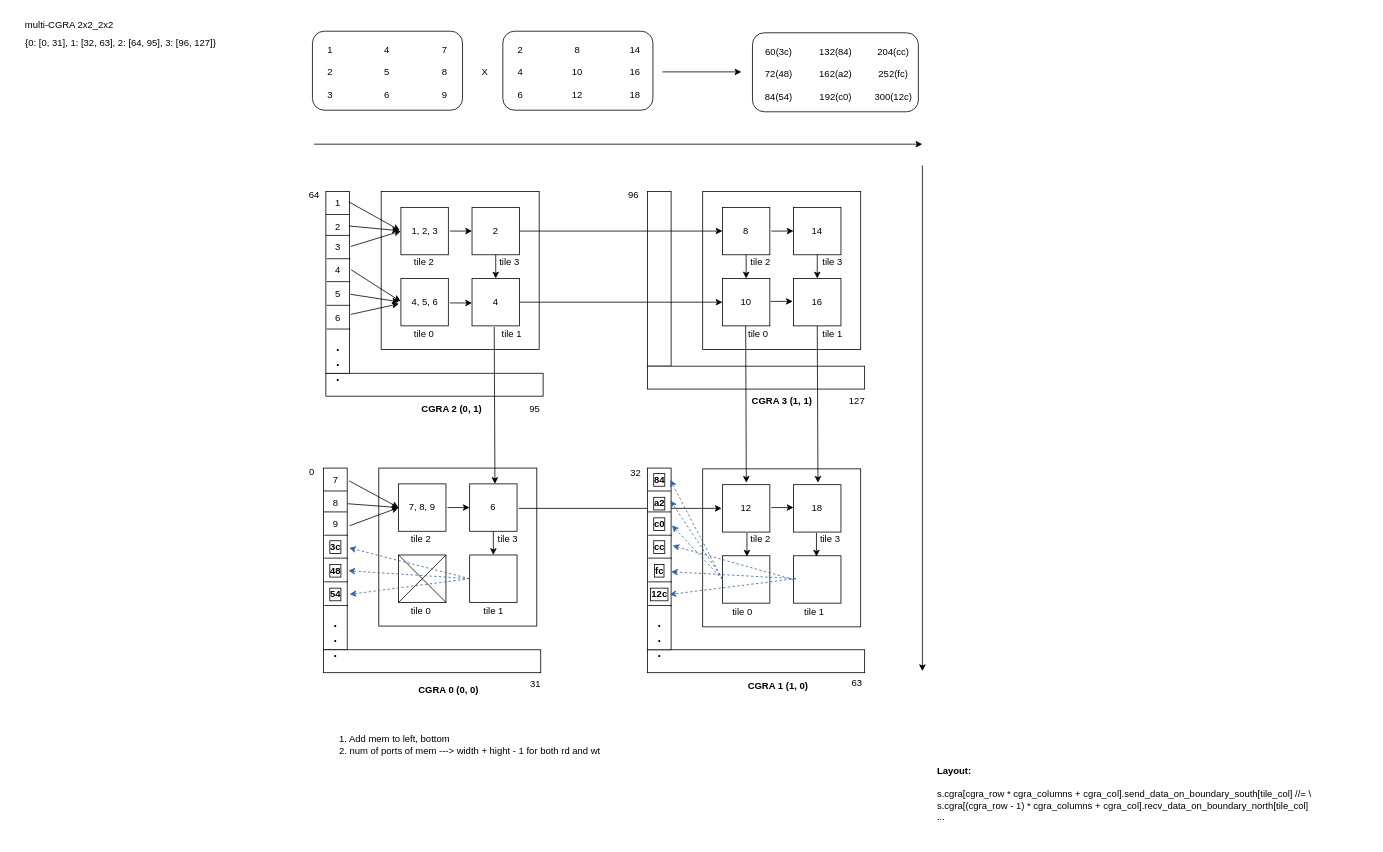
Earlier version of the draw.io diagram page "multi-CGRA systolic" (7 of 8) of Untitled Diagram.drawio (yuqisun/notes). Source tidied: cells renumbered, new cells numbered last; positions are measured from the earlier drawing's top-left corner, leaving out a move shared by most shapes. Both pictures are drawn from the tidied source at 79%, with x=0, y=0 at pixel (13, 13).
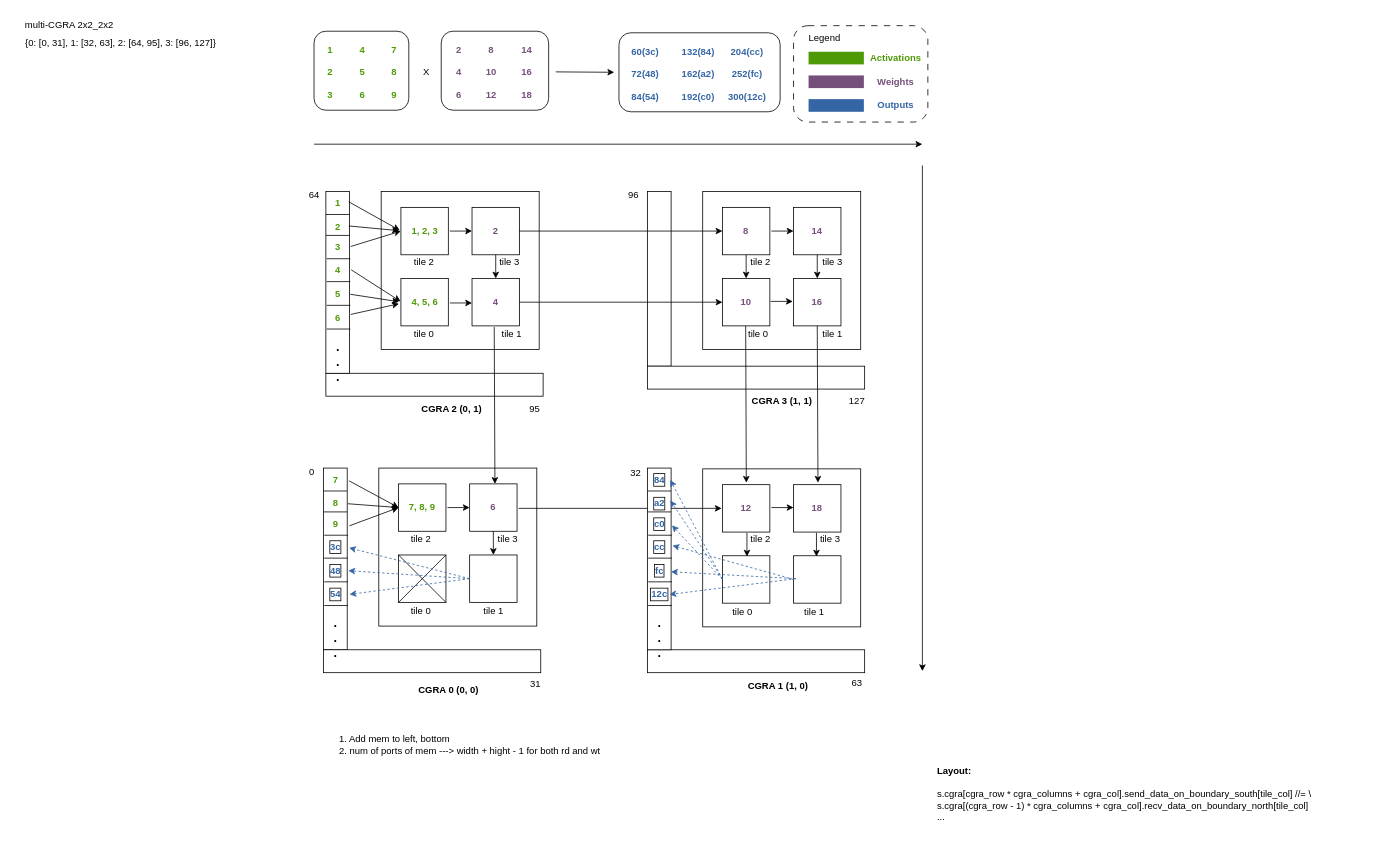
The same diagram, later.

Change to the diagram source:
```diff
@@
     <mxCell id="2" style="rounded=1;whiteSpace=wrap;html=1;" parent="1" vertex="1">
-      <mxGeometry x="378" y="22" width="190" height="100" as="geometry" />
+      <mxGeometry x="380" y="22" width="120" height="100" as="geometry" />
     </mxCell>
@@
-    <mxCell id="8" value="7, 8, 9" style="whiteSpace=wrap;html=1;" parent="1" vertex="1">
+    <mxCell id="8" value="7, 8, 9" style="whiteSpace=wrap;html=1;fontStyle=1;fontColor=light-dark(#4e9a06, #ededed);" parent="1" vertex="1">
       <mxGeometry x="487" y="595" width="60" height="60" as="geometry" />
     </mxCell>
-    <mxCell id="9" value="6" style="whiteSpace=wrap;html=1;" parent="1" vertex="1">
+    <mxCell id="9" value="6" style="whiteSpace=wrap;html=1;fontStyle=1;fontColor=light-dark(#75507b, #ededed);" parent="1" vertex="1">
       <mxGeometry x="577" y="595" width="60" height="60" as="geometry" />
     </mxCell>
@@
-    <mxCell id="14" value="2" style="whiteSpace=wrap;html=1;" parent="1" vertex="1">
+    <mxCell id="14" value="2" style="whiteSpace=wrap;html=1;fontStyle=1;fontColor=light-dark(#75507b, #ededed);" parent="1" vertex="1">
       <mxGeometry x="580" y="245" width="60" height="60" as="geometry" />
     </mxCell>
@@
-    <mxCell id="16" value="4" style="whiteSpace=wrap;html=1;" parent="1" vertex="1">
+    <mxCell id="16" value="4" style="whiteSpace=wrap;html=1;fontStyle=1;fontColor=light-dark(#75507b, #ededed);" parent="1" vertex="1">
       <mxGeometry x="580" y="335" width="60" height="60" as="geometry" />
     </mxCell>
@@
-    <mxCell id="18" value="12" style="whiteSpace=wrap;html=1;" parent="1" vertex="1">
+    <mxCell id="18" value="12" style="whiteSpace=wrap;html=1;fontStyle=1;fontColor=light-dark(#75507b, #ededed);" parent="1" vertex="1">
       <mxGeometry x="897" y="596" width="60" height="60" as="geometry" />
     </mxCell>
-    <mxCell id="19" value="18" style="whiteSpace=wrap;html=1;" parent="1" vertex="1">
+    <mxCell id="19" value="18" style="whiteSpace=wrap;html=1;fontStyle=1;fontColor=light-dark(#75507b, #ededed);" parent="1" vertex="1">
       <mxGeometry x="987" y="596" width="60" height="60" as="geometry" />
     </mxCell>
@@
-    <mxCell id="24" value="8" style="whiteSpace=wrap;html=1;" parent="1" vertex="1">
+    <mxCell id="24" value="8" style="whiteSpace=wrap;html=1;fontStyle=1;fontColor=light-dark(#75507b, #ededed);" parent="1" vertex="1">
       <mxGeometry x="897" y="245" width="60" height="60" as="geometry" />
     </mxCell>
-    <mxCell id="25" value="14" style="whiteSpace=wrap;html=1;" parent="1" vertex="1">
+    <mxCell id="25" value="14" style="whiteSpace=wrap;html=1;fontStyle=1;fontColor=light-dark(#75507b, #ededed);" parent="1" vertex="1">
       <mxGeometry x="987" y="245" width="60" height="60" as="geometry" />
     </mxCell>
-    <mxCell id="26" value="10" style="whiteSpace=wrap;html=1;" parent="1" vertex="1">
+    <mxCell id="26" value="10" style="whiteSpace=wrap;html=1;fontStyle=1;fontColor=light-dark(#75507b, #ededed);" parent="1" vertex="1">
       <mxGeometry x="897" y="335" width="60" height="60" as="geometry" />
     </mxCell>
-    <mxCell id="27" value="16" style="whiteSpace=wrap;html=1;" parent="1" vertex="1">
+    <mxCell id="27" value="16" style="whiteSpace=wrap;html=1;fontStyle=1;fontColor=light-dark(#75507b, #ededed);" parent="1" vertex="1">
       <mxGeometry x="987" y="335" width="60" height="60" as="geometry" />
     </mxCell>
@@
-    <mxCell id="55" value="4, 5, 6" style="text;html=1;align=center;verticalAlign=middle;points=[];strokeColor=none;fillColor=none;" parent="1" vertex="1">
+    <mxCell id="55" value="4, 5, 6" style="text;html=1;align=center;verticalAlign=middle;points=[];strokeColor=none;fillColor=none;fontStyle=1;fontColor=light-dark(#4e9a06, #ededed);" parent="1" vertex="1">
       <mxGeometry x="490" y="350" width="60" height="30" as="geometry" />
     </mxCell>
-    <mxCell id="56" value="1, 2, 3" style="text;html=1;align=center;verticalAlign=middle;points=[];strokeColor=none;fillColor=none;" parent="1" vertex="1">
+    <mxCell id="56" value="1, 2, 3" style="text;html=1;align=center;verticalAlign=middle;points=[];strokeColor=none;fillColor=none;fontStyle=1;fontColor=light-dark(#4e9a06, #ededed);" parent="1" vertex="1">
       <mxGeometry x="490" y="260" width="60" height="30" as="geometry" />
     </mxCell>
@@
-    <mxCell id="58" value="1&lt;div&gt;&lt;br&gt;&lt;/div&gt;&lt;div&gt;2&lt;/div&gt;&lt;div&gt;&lt;br&gt;&lt;/div&gt;&lt;div&gt;3&lt;/div&gt;" style="text;html=1;align=center;verticalAlign=middle;strokeColor=none;fillColor=none;" parent="1" vertex="1">
+    <mxCell id="58" value="1&lt;div&gt;&lt;br&gt;&lt;/div&gt;&lt;div&gt;2&lt;/div&gt;&lt;div&gt;&lt;br&gt;&lt;/div&gt;&lt;div&gt;3&lt;/div&gt;" style="text;html=1;align=center;verticalAlign=middle;strokeColor=none;fillColor=none;fontStyle=1;fontColor=light-dark(#4e9a06, #ededed);" parent="1" vertex="1">
       <mxGeometry x="385" y="29" width="30" height="90" as="geometry" />
     </mxCell>
-    <mxCell id="59" value="4&lt;div&gt;&lt;br&gt;&lt;/div&gt;&lt;div&gt;5&lt;/div&gt;&lt;div&gt;&lt;br&gt;&lt;/div&gt;&lt;div&gt;6&lt;/div&gt;" style="text;html=1;align=center;verticalAlign=middle;strokeColor=none;fillColor=none;" parent="1" vertex="1">
-      <mxGeometry x="457" y="29" width="30" height="90" as="geometry" />
+    <mxCell id="59" value="4&lt;div&gt;&lt;br&gt;&lt;/div&gt;&lt;div&gt;5&lt;/div&gt;&lt;div&gt;&lt;br&gt;&lt;/div&gt;&lt;div&gt;6&lt;/div&gt;" style="text;html=1;align=center;verticalAlign=middle;strokeColor=none;fillColor=none;fontStyle=1;fontColor=light-dark(#4e9a06, #ededed);" parent="1" vertex="1">
+      <mxGeometry x="426" y="29" width="30" height="90" as="geometry" />
     </mxCell>
-    <mxCell id="60" value="7&lt;div&gt;&lt;br&gt;&lt;/div&gt;&lt;div&gt;8&lt;/div&gt;&lt;div&gt;&lt;br&gt;&lt;/div&gt;&lt;div&gt;9&lt;/div&gt;" style="text;html=1;align=center;verticalAlign=middle;strokeColor=none;fillColor=none;" parent="1" vertex="1">
-      <mxGeometry x="530" y="29" width="30" height="90" as="geometry" />
+    <mxCell id="60" value="7&lt;div&gt;&lt;br&gt;&lt;/div&gt;&lt;div&gt;8&lt;/div&gt;&lt;div&gt;&lt;br&gt;&lt;/div&gt;&lt;div&gt;9&lt;/div&gt;" style="text;html=1;align=center;verticalAlign=middle;strokeColor=none;fillColor=none;fontStyle=1;fontColor=light-dark(#4e9a06, #ededed);" parent="1" vertex="1">
+      <mxGeometry x="466" y="29" width="30" height="90" as="geometry" />
     </mxCell>
@@
     <mxCell id="66" style="rounded=1;whiteSpace=wrap;html=1;" parent="1" vertex="1">
-      <mxGeometry x="619" y="22" width="190" height="100" as="geometry" />
+      <mxGeometry x="541" y="22" width="136" height="100" as="geometry" />
     </mxCell>
-    <mxCell id="67" value="2&lt;div&gt;&lt;br&gt;&lt;/div&gt;&lt;div&gt;4&lt;/div&gt;&lt;div&gt;&lt;br&gt;&lt;/div&gt;&lt;div&gt;6&lt;/div&gt;" style="text;html=1;align=center;verticalAlign=middle;strokeColor=none;fillColor=none;" parent="1" vertex="1">
-      <mxGeometry x="626" y="29" width="30" height="90" as="geometry" />
+    <mxCell id="67" value="2&lt;div&gt;&lt;br&gt;&lt;/div&gt;&lt;div&gt;4&lt;/div&gt;&lt;div&gt;&lt;br&gt;&lt;/div&gt;&lt;div&gt;6&lt;/div&gt;" style="text;html=1;align=center;verticalAlign=middle;strokeColor=none;fillColor=none;fontStyle=1;fontColor=light-dark(#75507b, #ededed);" parent="1" vertex="1">
+      <mxGeometry x="548" y="29" width="30" height="90" as="geometry" />
     </mxCell>
-    <mxCell id="68" value="8&lt;div&gt;&lt;br&gt;&lt;/div&gt;&lt;div&gt;10&lt;/div&gt;&lt;div&gt;&lt;br&gt;&lt;/div&gt;&lt;div&gt;12&lt;/div&gt;" style="text;html=1;align=center;verticalAlign=middle;strokeColor=none;fillColor=none;" parent="1" vertex="1">
-      <mxGeometry x="693" y="29" width="40" height="90" as="geometry" />
+    <mxCell id="68" value="8&lt;div&gt;&lt;br&gt;&lt;/div&gt;&lt;div&gt;10&lt;/div&gt;&lt;div&gt;&lt;br&gt;&lt;/div&gt;&lt;div&gt;12&lt;/div&gt;" style="text;html=1;align=center;verticalAlign=middle;strokeColor=none;fillColor=none;fontStyle=1;fontColor=light-dark(#75507b, #ededed);" parent="1" vertex="1">
+      <mxGeometry x="584" y="29" width="40" height="90" as="geometry" />
     </mxCell>
-    <mxCell id="69" value="&lt;div&gt;14&lt;/div&gt;&lt;div&gt;&lt;br&gt;&lt;/div&gt;&lt;div&gt;16&lt;/div&gt;&lt;div&gt;&lt;br&gt;&lt;/div&gt;&lt;div&gt;18&lt;/div&gt;" style="text;html=1;align=center;verticalAlign=middle;strokeColor=none;fillColor=none;" parent="1" vertex="1">
-      <mxGeometry x="766" y="29" width="40" height="90" as="geometry" />
+    <mxCell id="69" value="&lt;div&gt;14&lt;/div&gt;&lt;div&gt;&lt;br&gt;&lt;/div&gt;&lt;div&gt;16&lt;/div&gt;&lt;div&gt;&lt;br&gt;&lt;/div&gt;&lt;div&gt;18&lt;/div&gt;" style="text;html=1;align=center;verticalAlign=middle;strokeColor=none;fillColor=none;fontStyle=1;fontColor=light-dark(#75507b, #ededed);" parent="1" vertex="1">
+      <mxGeometry x="629" y="29" width="40" height="90" as="geometry" />
     </mxCell>
     <mxCell id="70" value="X" style="text;html=1;align=center;verticalAlign=middle;strokeColor=none;fillColor=none;" parent="1" vertex="1">
-      <mxGeometry x="581" y="59" width="30" height="30" as="geometry" />
+      <mxGeometry x="507" y="59" width="30" height="30" as="geometry" />
     </mxCell>
     <mxCell id="71" style="edgeStyle=none;orthogonalLoop=1;jettySize=auto;html=1;rounded=0;" parent="1" edge="1">
       <mxGeometry relative="1" as="geometry">
-        <mxPoint x="821" y="73.5" as="sourcePoint" />
-        <mxPoint x="921" y="73.5" as="targetPoint" />
+        <mxPoint x="686" y="73.5" as="sourcePoint" />
+        <mxPoint x="760" y="74" as="targetPoint" />
       </mxGeometry>
     </mxCell>
     <mxCell id="72" style="rounded=1;whiteSpace=wrap;html=1;" parent="1" vertex="1">
-      <mxGeometry x="935" y="24" width="210" height="100" as="geometry" />
+      <mxGeometry x="766" y="24" width="204" height="100" as="geometry" />
     </mxCell>
-    <mxCell id="73" value="60(3c)&lt;div&gt;&lt;br&gt;&lt;/div&gt;&lt;div&gt;72(48)&lt;/div&gt;&lt;div&gt;&lt;br&gt;&lt;/div&gt;&lt;div&gt;84(54)&lt;/div&gt;" style="text;html=1;align=center;verticalAlign=middle;strokeColor=none;fillColor=none;" parent="1" vertex="1">
-      <mxGeometry x="938" y="31" width="60" height="90" as="geometry" />
+    <mxCell id="73" value="60(3c)&lt;div&gt;&lt;br&gt;&lt;/div&gt;&lt;div&gt;72(48)&lt;/div&gt;&lt;div&gt;&lt;br&gt;&lt;/div&gt;&lt;div&gt;84(54)&lt;/div&gt;" style="text;html=1;align=center;verticalAlign=middle;strokeColor=none;fillColor=none;fontStyle=1;fontColor=light-dark(#3465a4, #ededed);" parent="1" vertex="1">
+      <mxGeometry x="769" y="31" width="60" height="90" as="geometry" />
     </mxCell>
-    <mxCell id="74" value="132(84)&lt;div&gt;&lt;br&gt;&lt;/div&gt;&lt;div&gt;162(a2)&lt;/div&gt;&lt;div&gt;&lt;br&gt;&lt;/div&gt;&lt;div&gt;192(c0)&lt;/div&gt;" style="text;html=1;align=center;verticalAlign=middle;strokeColor=none;fillColor=none;" parent="1" vertex="1">
-      <mxGeometry x="1010" y="31" width="60" height="90" as="geometry" />
+    <mxCell id="74" value="132(84)&lt;div&gt;&lt;br&gt;&lt;/div&gt;&lt;div&gt;162(a2)&lt;/div&gt;&lt;div&gt;&lt;br&gt;&lt;/div&gt;&lt;div&gt;192(c0)&lt;/div&gt;" style="text;html=1;align=center;verticalAlign=middle;strokeColor=none;fillColor=none;fontStyle=1;fontColor=light-dark(#3465a4, #ededed);" parent="1" vertex="1">
+      <mxGeometry x="836" y="31" width="60" height="90" as="geometry" />
     </mxCell>
-    <mxCell id="75" value="&lt;div&gt;204(cc)&lt;/div&gt;&lt;div&gt;&lt;br&gt;&lt;/div&gt;&lt;div&gt;252(fc)&lt;/div&gt;&lt;div&gt;&lt;br&gt;&lt;/div&gt;&lt;div&gt;300(12c)&lt;/div&gt;" style="text;html=1;align=center;verticalAlign=middle;strokeColor=none;fillColor=none;" parent="1" vertex="1">
-      <mxGeometry x="1078" y="31" width="70" height="90" as="geometry" />
+    <mxCell id="75" value="&lt;div&gt;204(cc)&lt;/div&gt;&lt;div&gt;&lt;br&gt;&lt;/div&gt;&lt;div&gt;252(fc)&lt;/div&gt;&lt;div&gt;&lt;br&gt;&lt;/div&gt;&lt;div&gt;300(12c)&lt;/div&gt;" style="text;html=1;align=center;verticalAlign=middle;strokeColor=none;fillColor=none;fontStyle=1;fontColor=light-dark(#3465a4, #ededed);" parent="1" vertex="1">
+      <mxGeometry x="893" y="31" width="70" height="90" as="geometry" />
     </mxCell>
@@
-    <mxCell id="86" value="7" style="text;html=1;align=center;verticalAlign=middle;points=[];strokeColor=none;fillColor=none;" parent="1" vertex="1">
+    <mxCell id="86" value="7" style="text;html=1;align=center;verticalAlign=middle;points=[];strokeColor=none;fillColor=none;fontStyle=1;fontColor=light-dark(#4e9a06, #ededed);" parent="1" vertex="1">
       <mxGeometry x="392" y="575" width="30" height="30" as="geometry" />
     </mxCell>
-    <mxCell id="87" value="8" style="text;html=1;align=center;verticalAlign=middle;points=[];strokeColor=none;fillColor=none;" parent="1" vertex="1">
+    <mxCell id="87" value="8" style="text;html=1;align=center;verticalAlign=middle;points=[];strokeColor=none;fillColor=none;fontStyle=1;fontColor=light-dark(#4e9a06, #ededed);" parent="1" vertex="1">
       <mxGeometry x="392" y="605" width="30" height="30" as="geometry" />
     </mxCell>
-    <mxCell id="88" value="9" style="text;html=1;align=center;verticalAlign=middle;points=[];strokeColor=none;fillColor=none;" parent="1" vertex="1">
+    <mxCell id="88" value="9" style="text;html=1;align=center;verticalAlign=middle;points=[];strokeColor=none;fillColor=none;fontStyle=1;fontColor=light-dark(#4e9a06, #ededed);" parent="1" vertex="1">
       <mxGeometry x="392" y="631" width="30" height="30" as="geometry" />
     </mxCell>
-    <mxCell id="89" value="3c" style="text;html=1;align=center;verticalAlign=middle;points=[];strokeColor=none;fillColor=none;fontColor=default;fontStyle=1;labelBorderColor=default;" parent="1" vertex="1">
+    <mxCell id="89" value="3c" style="text;html=1;align=center;verticalAlign=middle;points=[];strokeColor=none;fillColor=none;fontColor=light-dark(#3465a4, #ededed);fontStyle=1;labelBorderColor=default;" parent="1" vertex="1">
       <mxGeometry x="387" y="660" width="40" height="30" as="geometry" />
     </mxCell>
-    <mxCell id="90" value="48" style="text;html=1;align=center;verticalAlign=middle;points=[];strokeColor=none;fillColor=none;labelBorderColor=default;fontStyle=1;" parent="1" vertex="1">
+    <mxCell id="90" value="48" style="text;html=1;align=center;verticalAlign=middle;points=[];strokeColor=none;fillColor=none;labelBorderColor=default;fontStyle=1;fontColor=light-dark(#3465a4, #ededed);" parent="1" vertex="1">
       <mxGeometry x="387" y="690" width="40" height="30" as="geometry" />
     </mxCell>
-    <mxCell id="91" value="54" style="text;html=1;align=center;verticalAlign=middle;points=[];strokeColor=none;fillColor=none;labelBorderColor=default;fontStyle=1;" parent="1" vertex="1">
+    <mxCell id="91" value="54" style="text;html=1;align=center;verticalAlign=middle;points=[];strokeColor=none;fillColor=none;labelBorderColor=default;fontStyle=1;fontColor=light-dark(#3465a4, #ededed);" parent="1" vertex="1">
       <mxGeometry x="387" y="720" width="40" height="30" as="geometry" />
     </mxCell>
@@
-    <mxCell id="124" value="84" style="text;html=1;align=center;verticalAlign=middle;strokeColor=none;fillColor=none;labelBorderColor=default;fontStyle=1;" parent="1" vertex="1">
+    <mxCell id="124" value="84" style="text;html=1;align=center;verticalAlign=middle;strokeColor=none;fillColor=none;labelBorderColor=default;fontStyle=1;fontColor=light-dark(#3465a4, #ededed);" parent="1" vertex="1">
       <mxGeometry x="797" y="575" width="40" height="30" as="geometry" />
     </mxCell>
-    <mxCell id="125" value="a2" style="text;html=1;align=center;verticalAlign=middle;strokeColor=none;fillColor=none;labelBorderColor=default;fontStyle=1;" parent="1" vertex="1">
+    <mxCell id="125" value="a2" style="text;html=1;align=center;verticalAlign=middle;strokeColor=none;fillColor=none;labelBorderColor=default;fontStyle=1;fontColor=light-dark(#3465a4, #ededed);" parent="1" vertex="1">
       <mxGeometry x="797" y="605" width="40" height="30" as="geometry" />
     </mxCell>
-    <mxCell id="126" value="c0" style="text;html=1;align=center;verticalAlign=middle;points=[];strokeColor=none;fillColor=none;labelBorderColor=default;fontStyle=1;" parent="1" vertex="1">
+    <mxCell id="126" value="c0" style="text;html=1;align=center;verticalAlign=middle;points=[];strokeColor=none;fillColor=none;labelBorderColor=default;fontStyle=1;fontColor=light-dark(#3465a4, #ededed);" parent="1" vertex="1">
       <mxGeometry x="797" y="631" width="40" height="30" as="geometry" />
     </mxCell>
-    <mxCell id="127" value="cc" style="text;html=1;align=center;verticalAlign=middle;points=[];strokeColor=none;fillColor=none;fontColor=default;fontStyle=1;labelBorderColor=default;" parent="1" vertex="1">
+    <mxCell id="127" value="cc" style="text;html=1;align=center;verticalAlign=middle;points=[];strokeColor=none;fillColor=none;fontColor=light-dark(#3465a4, #ededed);fontStyle=1;labelBorderColor=default;" parent="1" vertex="1">
       <mxGeometry x="797" y="660" width="40" height="30" as="geometry" />
     </mxCell>
-    <mxCell id="128" value="fc" style="text;html=1;align=center;verticalAlign=middle;points=[];strokeColor=none;fillColor=none;labelBorderColor=default;fontStyle=1;" parent="1" vertex="1">
+    <mxCell id="128" value="fc" style="text;html=1;align=center;verticalAlign=middle;points=[];strokeColor=none;fillColor=none;labelBorderColor=default;fontStyle=1;fontColor=light-dark(#3465a4, #ededed);" parent="1" vertex="1">
       <mxGeometry x="802" y="690" width="30" height="30" as="geometry" />
     </mxCell>
-    <mxCell id="129" value="12c" style="text;html=1;align=center;verticalAlign=middle;strokeColor=none;fillColor=none;labelBorderColor=default;fontStyle=1;" parent="1" vertex="1">
+    <mxCell id="129" value="12c" style="text;html=1;align=center;verticalAlign=middle;strokeColor=none;fillColor=none;labelBorderColor=default;fontStyle=1;fontColor=light-dark(#3465a4, #ededed);" parent="1" vertex="1">
       <mxGeometry x="797" y="720" width="40" height="30" as="geometry" />
     </mxCell>
@@
-    <mxCell id="145" value="1" style="text;html=1;align=center;verticalAlign=middle;points=[];strokeColor=none;fillColor=none;" parent="1" vertex="1">
+    <mxCell id="145" value="1" style="text;html=1;align=center;verticalAlign=middle;points=[];strokeColor=none;fillColor=none;fontStyle=1;fontColor=light-dark(#4e9a06, #ededed);" parent="1" vertex="1">
       <mxGeometry x="395" y="225" width="30" height="30" as="geometry" />
     </mxCell>
-    <mxCell id="146" value="2" style="text;html=1;align=center;verticalAlign=middle;points=[];strokeColor=none;fillColor=none;" parent="1" vertex="1">
+    <mxCell id="146" value="2" style="text;html=1;align=center;verticalAlign=middle;points=[];strokeColor=none;fillColor=none;fontStyle=1;fontColor=light-dark(#4e9a06, #ededed);" parent="1" vertex="1">
       <mxGeometry x="395" y="255" width="30" height="30" as="geometry" />
     </mxCell>
-    <mxCell id="147" value="3" style="text;html=1;align=center;verticalAlign=middle;points=[];strokeColor=none;fillColor=none;" parent="1" vertex="1">
+    <mxCell id="147" value="3" style="text;html=1;align=center;verticalAlign=middle;points=[];strokeColor=none;fillColor=none;fontStyle=1;fontColor=light-dark(#4e9a06, #ededed);" parent="1" vertex="1">
       <mxGeometry x="395" y="281" width="30" height="30" as="geometry" />
     </mxCell>
-    <mxCell id="148" value="4" style="text;html=1;align=center;verticalAlign=middle;points=[];strokeColor=none;fillColor=none;fontColor=default;fontStyle=0;labelBorderColor=none;" parent="1" vertex="1">
+    <mxCell id="148" value="4" style="text;html=1;align=center;verticalAlign=middle;points=[];strokeColor=none;fillColor=none;fontColor=light-dark(#4e9a06, #ededed);fontStyle=1;labelBorderColor=none;" parent="1" vertex="1">
       <mxGeometry x="395" y="310" width="30" height="30" as="geometry" />
     </mxCell>
-    <mxCell id="149" value="5" style="text;html=1;align=center;verticalAlign=middle;points=[];strokeColor=none;fillColor=none;labelBorderColor=none;" parent="1" vertex="1">
+    <mxCell id="149" value="5" style="text;html=1;align=center;verticalAlign=middle;points=[];strokeColor=none;fillColor=none;labelBorderColor=none;fontStyle=1;fontColor=light-dark(#4e9a06, #ededed);" parent="1" vertex="1">
       <mxGeometry x="395" y="340" width="30" height="30" as="geometry" />
     </mxCell>
-    <mxCell id="150" value="6" style="text;html=1;align=center;verticalAlign=middle;points=[];strokeColor=none;fillColor=none;labelBorderColor=none;" parent="1" vertex="1">
+    <mxCell id="150" value="6" style="text;html=1;align=center;verticalAlign=middle;points=[];strokeColor=none;fillColor=none;labelBorderColor=none;fontStyle=1;fontColor=light-dark(#4e9a06, #ededed);" parent="1" vertex="1">
       <mxGeometry x="395" y="370" width="30" height="30" as="geometry" />
     </mxCell>
@@
+    <mxCell id="158" style="rounded=1;whiteSpace=wrap;html=1;dashed=1;dashPattern=8 8;" parent="1" vertex="1">
+      <mxGeometry x="987" y="15" width="170" height="122" as="geometry" />
+    </mxCell>
+    <mxCell id="159" value="Activations" style="text;html=1;align=center;verticalAlign=middle;strokeColor=none;fillColor=none;fontColor=light-dark(#4e9a06, #ededed);fontStyle=1;" parent="1" vertex="1">
+      <mxGeometry x="1076" y="41" width="80" height="30" as="geometry" />
+    </mxCell>
+    <mxCell id="160" style="rounded=0;whiteSpace=wrap;html=1;fillColor=light-dark(#4e9a06, #ededed);strokeColor=none;" parent="1" vertex="1">
+      <mxGeometry x="1006" y="48" width="70" height="16" as="geometry" />
+    </mxCell>
+    <mxCell id="161" value="Legend" style="text;html=1;align=center;verticalAlign=middle;strokeColor=none;fillColor=none;" parent="1" vertex="1">
+      <mxGeometry x="996" y="16" width="60" height="30" as="geometry" />
+    </mxCell>
+    <mxCell id="162" value="Weights" style="text;html=1;align=center;verticalAlign=middle;strokeColor=none;fillColor=none;fontColor=light-dark(#75507b, #ededed);fontStyle=1;" parent="1" vertex="1">
+      <mxGeometry x="1081" y="71" width="70" height="30" as="geometry" />
+    </mxCell>
+    <mxCell id="163" style="rounded=0;whiteSpace=wrap;html=1;strokeColor=none;fillColor=light-dark(#75507b, #ededed);" parent="1" vertex="1">
+      <mxGeometry x="1006" y="78" width="70" height="16" as="geometry" />
+    </mxCell>
+    <mxCell id="164" value="Outputs" style="text;html=1;align=center;verticalAlign=middle;strokeColor=none;fillColor=none;fontColor=light-dark(#3465a4, #ededed);fontStyle=1;" parent="1" vertex="1">
+      <mxGeometry x="1081" y="101" width="70" height="30" as="geometry" />
+    </mxCell>
+    <mxCell id="165" style="rounded=0;whiteSpace=wrap;html=1;fillColor=light-dark(#3465a4, #ededed);strokeColor=none;" parent="1" vertex="1">
+      <mxGeometry x="1006" y="108" width="70" height="16" as="geometry" />
+    </mxCell>
```
